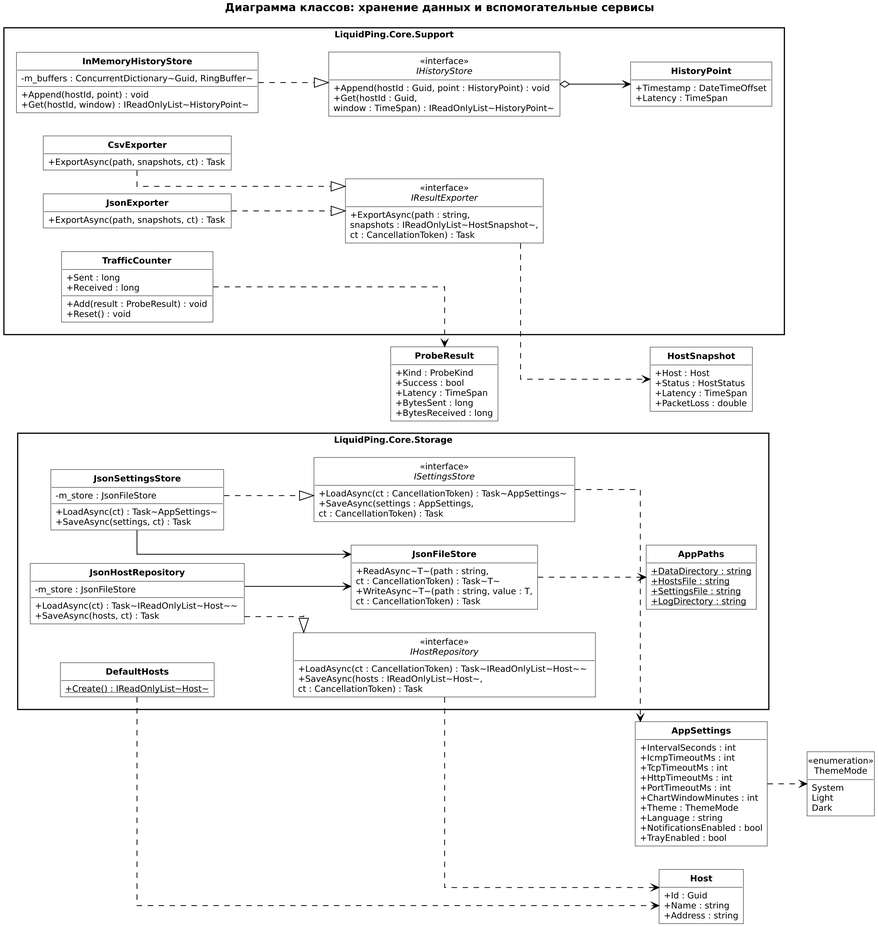
Before: docs/uml/img/class-storage.png, a diagram exported from PlantUML (Levandovskii/liquid-ping). Its source is kept beside it as docs/uml/src/class-storage.puml. Its diagram source:
```plantuml
@startuml
set separator none
skinparam monochrome false
skinparam shadowing false
skinparam classAttributeIconSize 0
skinparam defaultFontName "DejaVu Sans"
skinparam defaultFontSize 11
skinparam packageStyle rectangle
skinparam nodesep 30
skinparam ranksep 45
skinparam ArrowColor #000000
skinparam classBackgroundColor #FFFFFF
skinparam classBorderColor #000000
skinparam classFontColor #000000
skinparam classFontStyle bold
skinparam classAttributeFontStyle normal
skinparam stereotypeCBackgroundColor #FFFFFF
skinparam packageBackgroundColor #FFFFFF
skinparam packageBorderColor #000000
skinparam noteBackgroundColor #FFFFFF
skinparam noteBorderColor #000000
skinparam linetype ortho
skinparam roundCorner 0
hide empty members
hide circle

left to right direction
title Диаграмма классов: хранение данных и вспомогательные сервисы

package "LiquidPing.Core.Storage" {
  interface "IHostRepository" as IHostRepository <<interface>> {
    +LoadAsync(ct : CancellationToken) : Task~IReadOnlyList~Host~~
    +SaveAsync(hosts : IReadOnlyList~Host~,\nct : CancellationToken) : Task
  }

  class "**JsonHostRepository**" as JsonHostRepository {
    -m_store : JsonFileStore
    +LoadAsync(ct) : Task~IReadOnlyList~Host~~
    +SaveAsync(hosts, ct) : Task
  }

  interface "ISettingsStore" as ISettingsStore <<interface>> {
    +LoadAsync(ct : CancellationToken) : Task~AppSettings~
    +SaveAsync(settings : AppSettings,\nct : CancellationToken) : Task
  }

  class "**JsonSettingsStore**" as JsonSettingsStore {
    -m_store : JsonFileStore
    +LoadAsync(ct) : Task~AppSettings~
    +SaveAsync(settings, ct) : Task
  }

  class "**JsonFileStore**" as JsonFileStore {
    +ReadAsync~T~(path : string,\nct : CancellationToken) : Task~T~
    +WriteAsync~T~(path : string, value : T,\nct : CancellationToken) : Task
  }

  class "**AppPaths**" as AppPaths {
    +{static} DataDirectory : string
    +{static} HostsFile : string
    +{static} SettingsFile : string
    +{static} LogDirectory : string
  }

  class "**DefaultHosts**" as DefaultHosts {
    +{static} Create() : IReadOnlyList~Host~
  }
}

package "LiquidPing.Core.Support" {
  interface "IHistoryStore" as IHistoryStore <<interface>> {
    +Append(hostId : Guid, point : HistoryPoint) : void
    +Get(hostId : Guid,\nwindow : TimeSpan) : IReadOnlyList~HistoryPoint~
  }

  class "**InMemoryHistoryStore**" as InMemoryHistoryStore {
    -m_buffers : ConcurrentDictionary~Guid, RingBuffer~
    +Append(hostId, point) : void
    +Get(hostId, window) : IReadOnlyList~HistoryPoint~
  }

  class "**HistoryPoint**" as HistoryPoint {
    +Timestamp : DateTimeOffset
    +Latency : TimeSpan
  }

  class "**TrafficCounter**" as TrafficCounter {
    +Sent : long
    +Received : long
    +Add(result : ProbeResult) : void
    +Reset() : void
  }

  interface "IResultExporter" as IResultExporter <<interface>> {
    +ExportAsync(path : string,\nsnapshots : IReadOnlyList~HostSnapshot~,\nct : CancellationToken) : Task
  }

  class "**CsvExporter**" as CsvExporter {
    +ExportAsync(path, snapshots, ct) : Task
  }

  class "**JsonExporter**" as JsonExporter {
    +ExportAsync(path, snapshots, ct) : Task
  }
}

class "**AppSettings**" as AppSettings {
  +IntervalSeconds : int
  +IcmpTimeoutMs : int
  +TcpTimeoutMs : int
  +HttpTimeoutMs : int
  +PortTimeoutMs : int
  +ChartWindowMinutes : int
  +Theme : ThemeMode
  +Language : string
  +NotificationsEnabled : bool
  +TrayEnabled : bool
}

enum "ThemeMode" as ThemeMode <<enumeration>> {
  System
  Light
  Dark
}

class "**Host**" as Host {
  +Id : Guid
  +Name : string
  +Address : string
}

class "**ProbeResult**" as ProbeResult {
  +Kind : ProbeKind
  +Success : bool
  +Latency : TimeSpan
  +BytesSent : long
  +BytesReceived : long
}

class "**HostSnapshot**" as HostSnapshot {
  +Host : Host
  +Status : HostStatus
  +Latency : TimeSpan
  +PacketLoss : double
}

JsonHostRepository ..|> IHostRepository
JsonSettingsStore ..|> ISettingsStore
JsonHostRepository --> JsonFileStore
JsonSettingsStore --> JsonFileStore
JsonFileStore ..> AppPaths
DefaultHosts ..> Host
AppSettings ..> ThemeMode

InMemoryHistoryStore ..|> IHistoryStore
IHistoryStore o--> HistoryPoint
TrafficCounter ..> ProbeResult
CsvExporter ..|> IResultExporter
JsonExporter ..|> IResultExporter
IResultExporter ..> HostSnapshot
IHostRepository ..> Host
ISettingsStore ..> AppSettings
@enduml
```
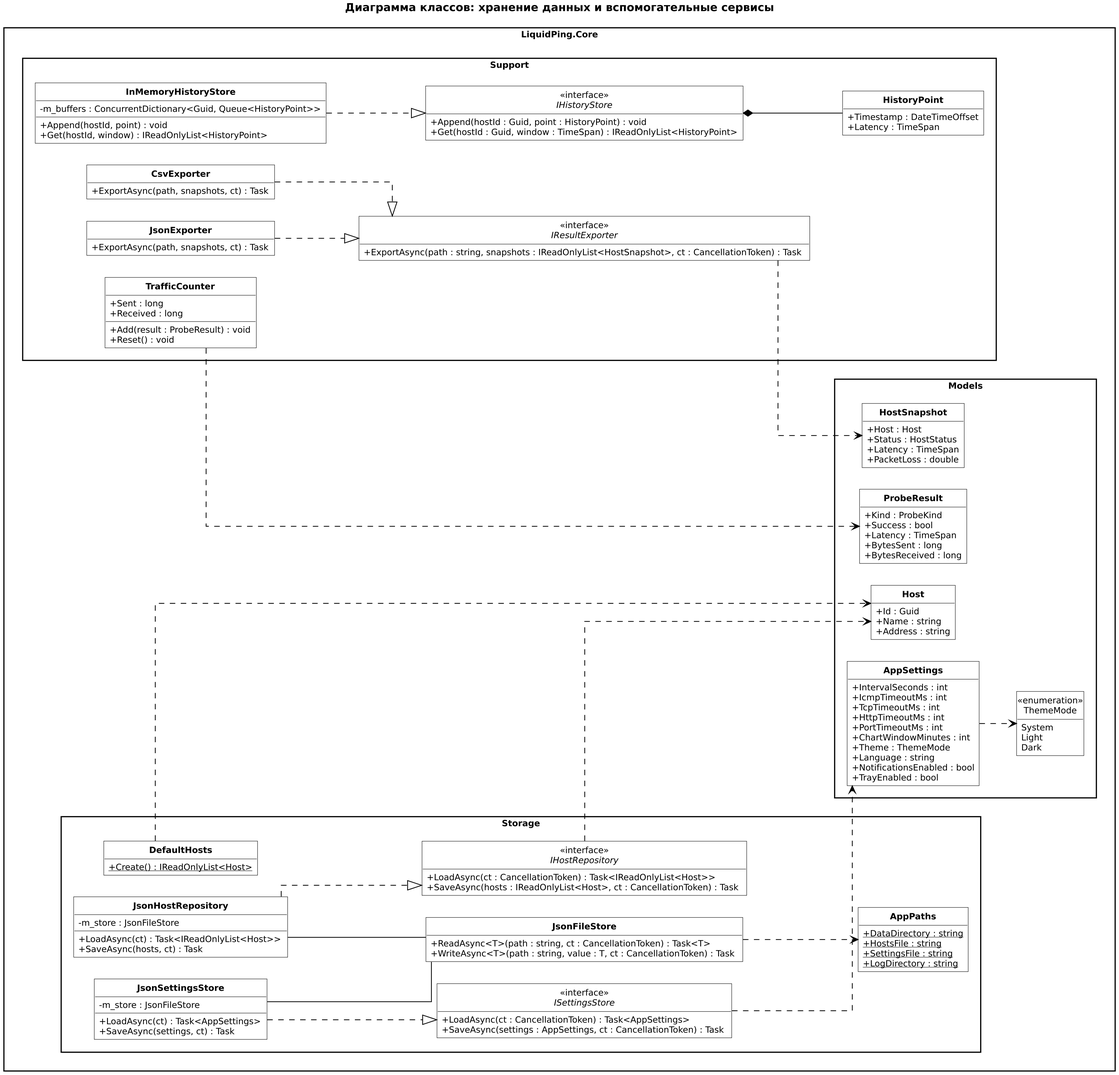
The same file after the commit.

Change to the diagram source:
```diff
@@ -1,13 +1,14 @@
 @startuml
 set separator none
+left to right direction
 skinparam monochrome false
 skinparam shadowing false
 skinparam classAttributeIconSize 0
 skinparam defaultFontName "DejaVu Sans"
 skinparam defaultFontSize 11
 skinparam packageStyle rectangle
-skinparam nodesep 30
-skinparam ranksep 45
+skinparam nodesep 28
+skinparam ranksep 42
 skinparam ArrowColor #000000
 skinparam classBackgroundColor #FFFFFF
 skinparam classBorderColor #000000
@@ -17,143 +18,144 @@
 skinparam stereotypeCBackgroundColor #FFFFFF
 skinparam packageBackgroundColor #FFFFFF
 skinparam packageBorderColor #000000
-skinparam noteBackgroundColor #FFFFFF
-skinparam noteBorderColor #000000
 skinparam linetype ortho
 skinparam roundCorner 0
 hide empty members
 hide circle
 
-left to right direction
 title Диаграмма классов: хранение данных и вспомогательные сервисы
 
-package "LiquidPing.Core.Storage" {
-  interface "IHostRepository" as IHostRepository <<interface>> {
-    +LoadAsync(ct : CancellationToken) : Task~IReadOnlyList~Host~~
-    +SaveAsync(hosts : IReadOnlyList~Host~,\nct : CancellationToken) : Task
+package "LiquidPing.Core" {
+  package "Models" {
+    class "**Host**" as Host {
+      +Id : Guid
+      +Name : string
+      +Address : string
+    }
+
+    class "**ProbeResult**" as ProbeResult {
+      +Kind : ProbeKind
+      +Success : bool
+      +Latency : TimeSpan
+      +BytesSent : long
+      +BytesReceived : long
+    }
+
+    class "**HostSnapshot**" as HostSnapshot {
+      +Host : Host
+      +Status : HostStatus
+      +Latency : TimeSpan
+      +PacketLoss : double
+    }
+
+    class "**AppSettings**" as AppSettings {
+      +IntervalSeconds : int
+      +IcmpTimeoutMs : int
+      +TcpTimeoutMs : int
+      +HttpTimeoutMs : int
+      +PortTimeoutMs : int
+      +ChartWindowMinutes : int
+      +Theme : ThemeMode
+      +Language : string
+      +NotificationsEnabled : bool
+      +TrayEnabled : bool
+    }
+
+    enum "ThemeMode" as ThemeMode <<enumeration>> {
+      System
+      Light
+      Dark
+    }
   }
 
-  class "**JsonHostRepository**" as JsonHostRepository {
-    -m_store : JsonFileStore
-    +LoadAsync(ct) : Task~IReadOnlyList~Host~~
-    +SaveAsync(hosts, ct) : Task
+  package "Storage" {
+    interface "IHostRepository" as IHostRepository <<interface>> {
+      +LoadAsync(ct : CancellationToken) : Task<IReadOnlyList<Host>>
+      +SaveAsync(hosts : IReadOnlyList<Host>, ct : CancellationToken) : Task
+    }
+
+    class "**JsonHostRepository**" as JsonHostRepository {
+      -m_store : JsonFileStore
+      +LoadAsync(ct) : Task<IReadOnlyList<Host>>
+      +SaveAsync(hosts, ct) : Task
+    }
+
+    interface "ISettingsStore" as ISettingsStore <<interface>> {
+      +LoadAsync(ct : CancellationToken) : Task<AppSettings>
+      +SaveAsync(settings : AppSettings, ct : CancellationToken) : Task
+    }
+
+    class "**JsonSettingsStore**" as JsonSettingsStore {
+      -m_store : JsonFileStore
+      +LoadAsync(ct) : Task<AppSettings>
+      +SaveAsync(settings, ct) : Task
+    }
+
+    class "**JsonFileStore**" as JsonFileStore {
+      +ReadAsync<T>(path : string, ct : CancellationToken) : Task<T>
+      +WriteAsync<T>(path : string, value : T, ct : CancellationToken) : Task
+    }
+
+    class "**AppPaths**" as AppPaths {
+      +{static} DataDirectory : string
+      +{static} HostsFile : string
+      +{static} SettingsFile : string
+      +{static} LogDirectory : string
+    }
+
+    class "**DefaultHosts**" as DefaultHosts {
+      +{static} Create() : IReadOnlyList<Host>
+    }
   }
 
-  interface "ISettingsStore" as ISettingsStore <<interface>> {
-    +LoadAsync(ct : CancellationToken) : Task~AppSettings~
-    +SaveAsync(settings : AppSettings,\nct : CancellationToken) : Task
+  package "Support" {
+    interface "IHistoryStore" as IHistoryStore <<interface>> {
+      +Append(hostId : Guid, point : HistoryPoint) : void
+      +Get(hostId : Guid, window : TimeSpan) : IReadOnlyList<HistoryPoint>
+    }
+
+    class "**InMemoryHistoryStore**" as InMemoryHistoryStore {
+      -m_buffers : ConcurrentDictionary<Guid, Queue<HistoryPoint>>
+      +Append(hostId, point) : void
+      +Get(hostId, window) : IReadOnlyList<HistoryPoint>
+    }
+
+    class "**HistoryPoint**" as HistoryPoint {
+      +Timestamp : DateTimeOffset
+      +Latency : TimeSpan
+    }
+
+    class "**TrafficCounter**" as TrafficCounter {
+      +Sent : long
+      +Received : long
+      +Add(result : ProbeResult) : void
+      +Reset() : void
+    }
+
+    interface "IResultExporter" as IResultExporter <<interface>> {
+      +ExportAsync(path : string, snapshots : IReadOnlyList<HostSnapshot>, ct : CancellationToken) : Task
+    }
+
+    class "**CsvExporter**" as CsvExporter {
+      +ExportAsync(path, snapshots, ct) : Task
+    }
+
+    class "**JsonExporter**" as JsonExporter {
+      +ExportAsync(path, snapshots, ct) : Task
+    }
   }
-
-  class "**JsonSettingsStore**" as JsonSettingsStore {
-    -m_store : JsonFileStore
-    +LoadAsync(ct) : Task~AppSettings~
-    +SaveAsync(settings, ct) : Task
-  }
-
-  class "**JsonFileStore**" as JsonFileStore {
-    +ReadAsync~T~(path : string,\nct : CancellationToken) : Task~T~
-    +WriteAsync~T~(path : string, value : T,\nct : CancellationToken) : Task
-  }
-
-  class "**AppPaths**" as AppPaths {
-    +{static} DataDirectory : string
-    +{static} HostsFile : string
-    +{static} SettingsFile : string
-    +{static} LogDirectory : string
-  }
-
-  class "**DefaultHosts**" as DefaultHosts {
-    +{static} Create() : IReadOnlyList~Host~
-  }
-}
-
-package "LiquidPing.Core.Support" {
-  interface "IHistoryStore" as IHistoryStore <<interface>> {
-    +Append(hostId : Guid, point : HistoryPoint) : void
-    +Get(hostId : Guid,\nwindow : TimeSpan) : IReadOnlyList~HistoryPoint~
-  }
-
-  class "**InMemoryHistoryStore**" as InMemoryHistoryStore {
-    -m_buffers : ConcurrentDictionary~Guid, RingBuffer~
-    +Append(hostId, point) : void
-    +Get(hostId, window) : IReadOnlyList~HistoryPoint~
-  }
-
-  class "**HistoryPoint**" as HistoryPoint {
-    +Timestamp : DateTimeOffset
-    +Latency : TimeSpan
-  }
-
-  class "**TrafficCounter**" as TrafficCounter {
-    +Sent : long
-    +Received : long
-    +Add(result : ProbeResult) : void
-    +Reset() : void
-  }
-
-  interface "IResultExporter" as IResultExporter <<interface>> {
-    +ExportAsync(path : string,\nsnapshots : IReadOnlyList~HostSnapshot~,\nct : CancellationToken) : Task
-  }
-
-  class "**CsvExporter**" as CsvExporter {
-    +ExportAsync(path, snapshots, ct) : Task
-  }
-
-  class "**JsonExporter**" as JsonExporter {
-    +ExportAsync(path, snapshots, ct) : Task
-  }
-}
-
-class "**AppSettings**" as AppSettings {
-  +IntervalSeconds : int
-  +IcmpTimeoutMs : int
-  +TcpTimeoutMs : int
-  +HttpTimeoutMs : int
-  +PortTimeoutMs : int
-  +ChartWindowMinutes : int
-  +Theme : ThemeMode
-  +Language : string
-  +NotificationsEnabled : bool
-  +TrayEnabled : bool
-}
-
-enum "ThemeMode" as ThemeMode <<enumeration>> {
-  System
-  Light
-  Dark
-}
-
-class "**Host**" as Host {
-  +Id : Guid
-  +Name : string
-  +Address : string
-}
-
-class "**ProbeResult**" as ProbeResult {
-  +Kind : ProbeKind
-  +Success : bool
-  +Latency : TimeSpan
-  +BytesSent : long
-  +BytesReceived : long
-}
-
-class "**HostSnapshot**" as HostSnapshot {
-  +Host : Host
-  +Status : HostStatus
-  +Latency : TimeSpan
-  +PacketLoss : double
 }
 
 JsonHostRepository ..|> IHostRepository
 JsonSettingsStore ..|> ISettingsStore
-JsonHostRepository --> JsonFileStore
-JsonSettingsStore --> JsonFileStore
+JsonHostRepository -- JsonFileStore
+JsonSettingsStore -- JsonFileStore
 JsonFileStore ..> AppPaths
 DefaultHosts ..> Host
 AppSettings ..> ThemeMode
 
 InMemoryHistoryStore ..|> IHistoryStore
-IHistoryStore o--> HistoryPoint
+IHistoryStore *-- HistoryPoint
 TrafficCounter ..> ProbeResult
 CsvExporter ..|> IResultExporter
 JsonExporter ..|> IResultExporter
```
